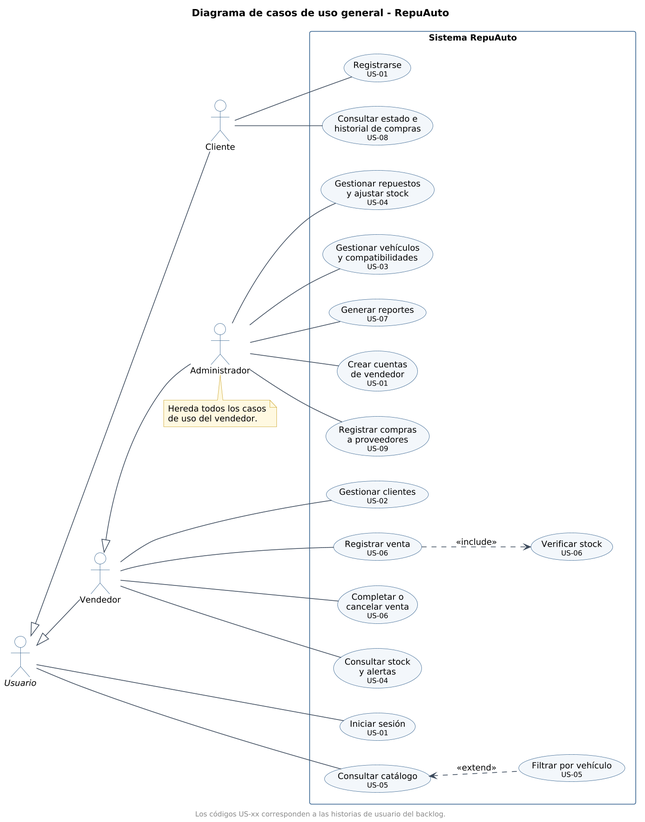
This is docs/diagramas/casos_de_uso.png from Thiago3108/repuauto, a PlantUML export, as it was before one commit. Its source is kept beside it as docs/diagramas/casos_de_uso.puml.
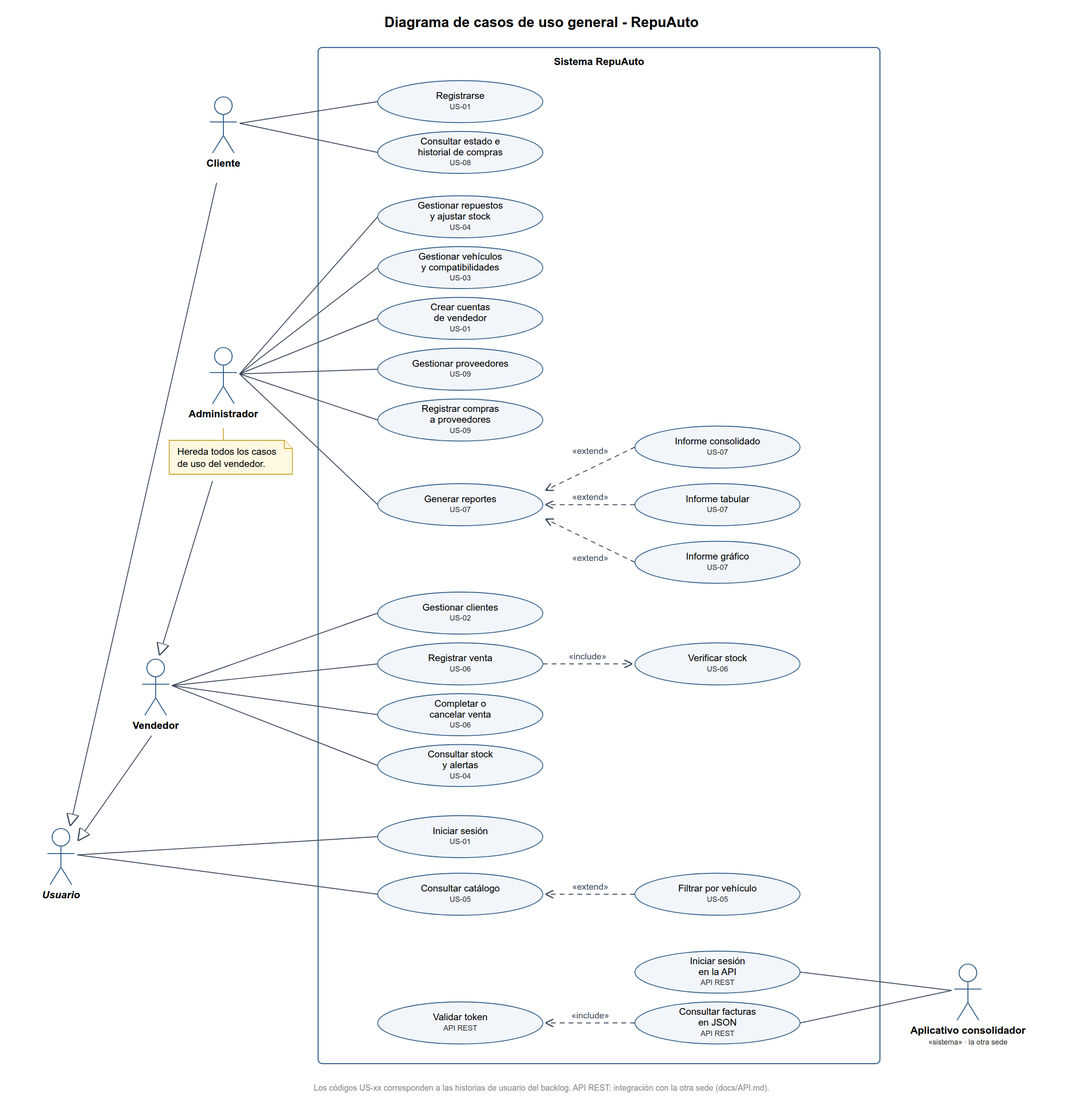
Above is the later version.

Commit message:
Diagramas de casos de uso y arquitectura actualizados con la API y los tres informes (#28)

Change to the diagram source:
```diff
@@ -30,6 +30,7 @@
 actor Cliente
 actor Vendedor
 actor Administrador
+actor "Aplicativo consolidador\n<<sistema>>" as Consolidador
 
 Usuario <|-- Cliente
 Usuario <|-- Vendedor
@@ -52,8 +53,16 @@
   usecase "Gestionar repuestos\ny ajustar stock\n<size:10>US-04</size>" as UC_Repuestos
   usecase "Gestionar vehículos\ny compatibilidades\n<size:10>US-03</size>" as UC_Vehiculos
   usecase "Generar reportes\n<size:10>US-07</size>" as UC_Reportes
+  usecase "Informe consolidado\n<size:10>US-07</size>" as UC_Consolidado
+  usecase "Informe tabular\n<size:10>US-07</size>" as UC_Tabular
+  usecase "Informe gráfico\n<size:10>US-07</size>" as UC_Grafico
+  usecase "Gestionar proveedores\n<size:10>US-09</size>" as UC_Proveedores
   usecase "Crear cuentas\nde vendedor\n<size:10>US-01</size>" as UC_Cuentas
   usecase "Registrar compras\na proveedores\n<size:10>US-09</size>" as UC_Compras
+
+  usecase "Iniciar sesión\nen la API\n<size:10>API REST</size>" as UC_ApiLogin
+  usecase "Consultar facturas\nen JSON\n<size:10>API REST</size>" as UC_Facturas
+  usecase "Validar token\n<size:10>API REST</size>" as UC_Token
 }
 
 Usuario -- UC_Login
@@ -73,7 +82,15 @@
 Administrador -- UC_Vehiculos
 Administrador -- UC_Reportes
 Administrador -- UC_Cuentas
+Administrador -- UC_Proveedores
 Administrador -- UC_Compras
+UC_Reportes <.. UC_Consolidado : <<extend>>
+UC_Reportes <.. UC_Tabular : <<extend>>
+UC_Reportes <.. UC_Grafico : <<extend>>
+
+UC_ApiLogin -- Consolidador
+UC_Facturas -- Consolidador
+UC_Facturas ..> UC_Token : <<include>>
 
 note bottom of Administrador
   Hereda todos los casos
```
